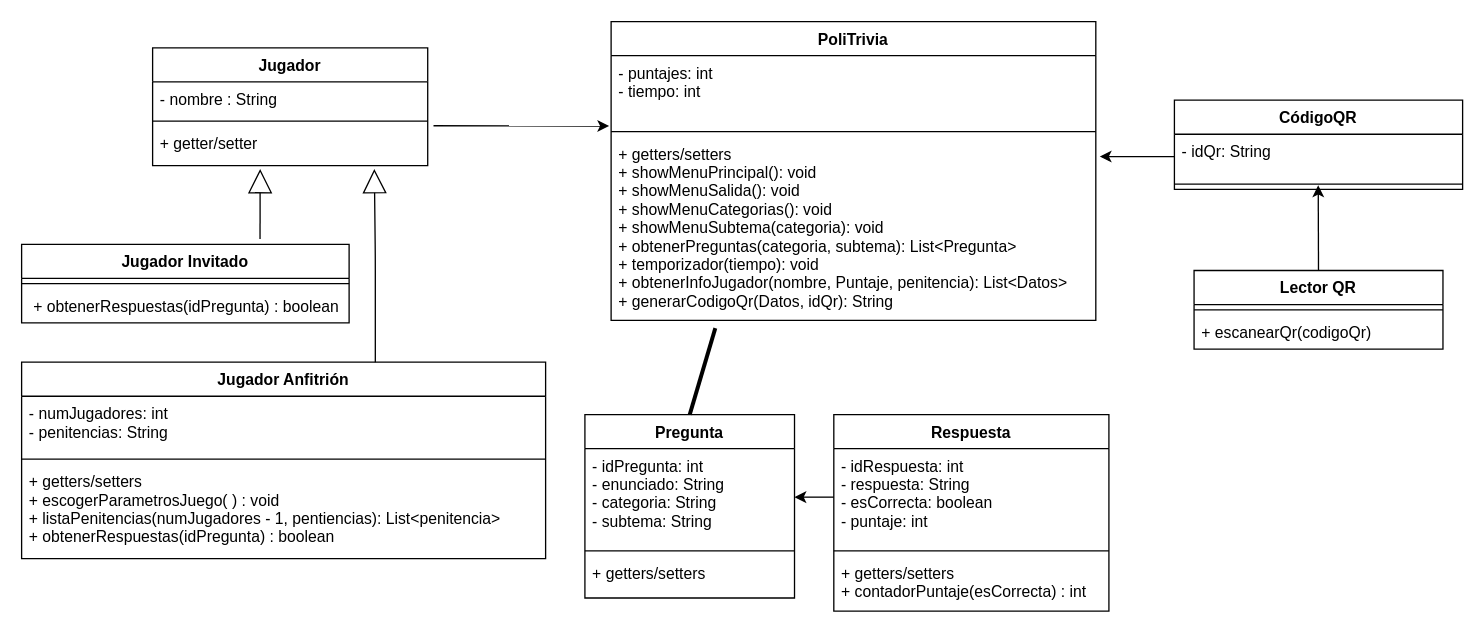
Before: Design/PoliCodeCrafters_DC_PoliTrivia.drawio in dayapt04/prjPoliTriva, a draw.io diagram. Source tidied: cells renumbered, new cells numbered last; positions are measured from the earlier drawing's top-left corner, leaving out a move shared by most shapes. Both pictures are drawn from the tidied source at 131%, with x=0, y=0 at pixel (21, 21).
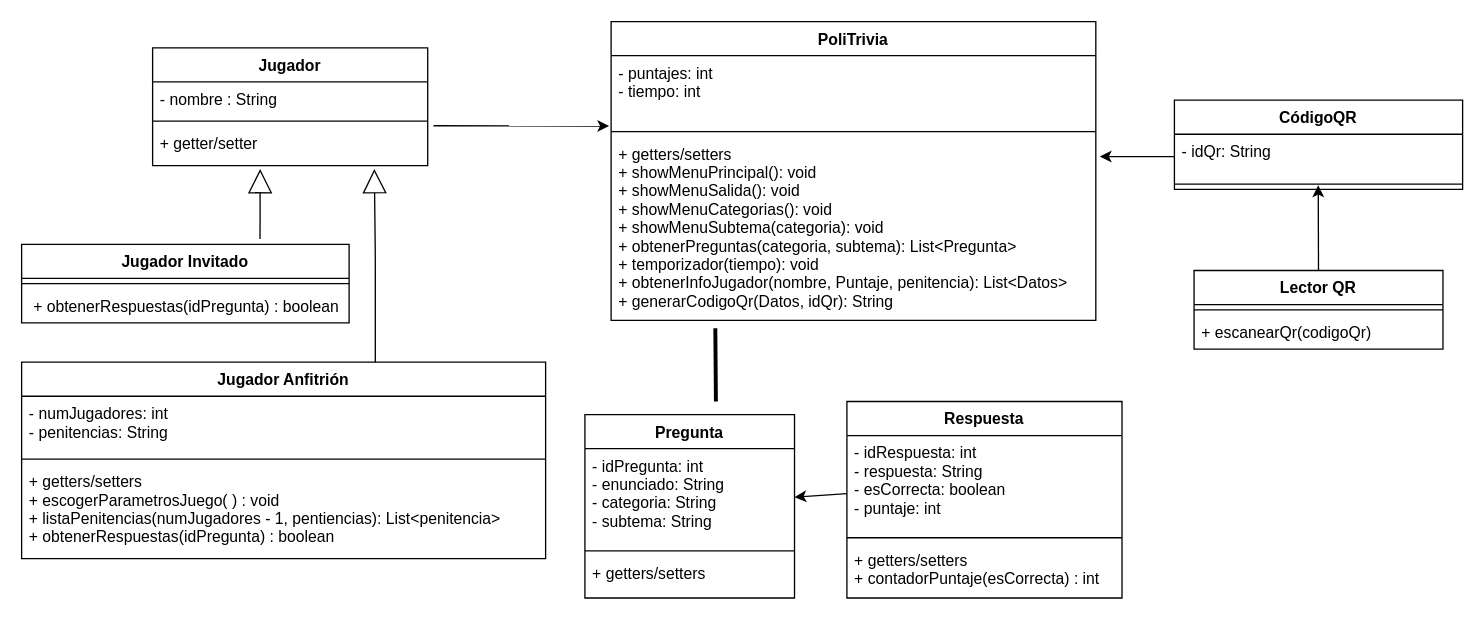
After the change.

Unchanged cells that the change refers to:
```xml
<mxCell id="17" value="+ getters/setters&#10;+ showMenuPrincipal(): void&#10;+ showMenuSalida(): void&#10;+ showMenuCategorias(): void&#10;+ showMenuSubtema(categoria): void&#10;+ obtenerPreguntas(categoria, subtema): List&lt;Pregunta&gt;&#10;+ temporizador(tiempo): void&#10;+ obtenerInfoJugador(nombre, Puntaje, penitencia): List&lt;Datos&gt; &#10;+ generarCodigoQr(Datos, idQr): String" style="text;strokeColor=none;fillColor=none;align=left;verticalAlign=top;spacingLeft=4;spacingRight=4;overflow=hidden;points=[[0,0.5],[1,0.5]];portConstraint=eastwest;" parent="14" vertex="1">
  <mxGeometry y="88" width="370" height="140" as="geometry" />
</mxCell>
<mxCell id="21" value="Pregunta" style="swimlane;fontStyle=1;align=center;verticalAlign=top;horizontal=1;startSize=26;" parent="1" vertex="1">
  <mxGeometry x="430" y="300" width="160" height="140" as="geometry" />
</mxCell>
```

The edit, as a diff of the source:
```diff
@@
     <mxCell id="25" value="Respuesta" style="swimlane;fontStyle=1;align=center;verticalAlign=top;horizontal=1;startSize=26;" parent="1" vertex="1">
-      <mxGeometry x="620" y="300" width="210" height="150" as="geometry" />
+      <mxGeometry x="630" y="290" width="210" height="150" as="geometry" />
     </mxCell>
@@
-    <mxCell id="36" style="endArrow=none;startArrow=none;endFill=0;startFill=0;endSize=8;html=1;verticalAlign=bottom;labelBackgroundColor=none;strokeWidth=3;exitX=0.5;exitY=0;exitDx=0;exitDy=0;entryX=0.215;entryY=1.043;entryDx=0;entryDy=0;entryPerimeter=0;" parent="1" edge="1" source="21" target="17">
-      <mxGeometry relative="1" as="geometry" />
+    <mxCell id="36" style="endArrow=none;startArrow=none;endFill=0;startFill=0;endSize=8;html=1;verticalAlign=bottom;labelBackgroundColor=none;strokeWidth=3;entryX=0.215;entryY=1.043;entryDx=0;entryDy=0;entryPerimeter=0;" parent="1" edge="1" target="17">
+      <mxGeometry relative="1" as="geometry">
+        <mxPoint x="530" y="290" as="sourcePoint" />
+      </mxGeometry>
     </mxCell>
```
